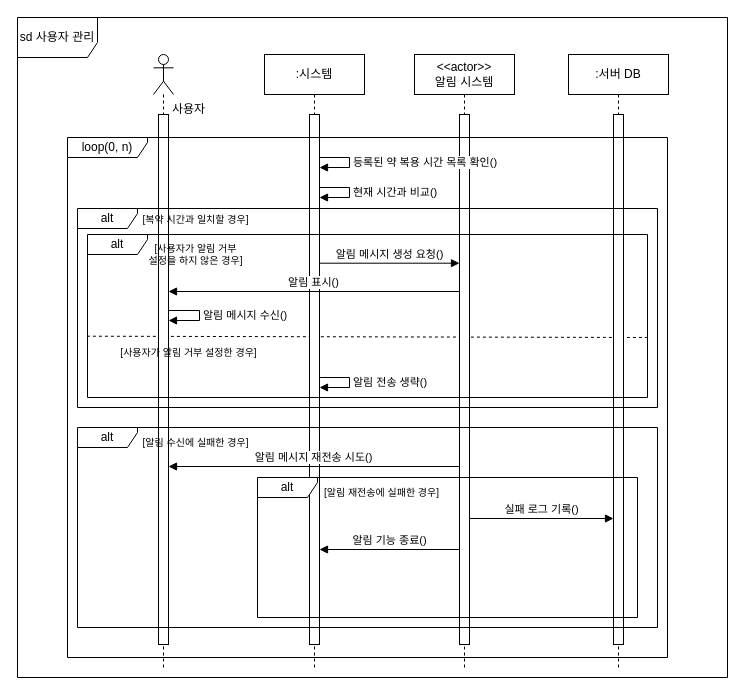
wnthsk/sejujun keeps this draw.io diagram as page "sd 약 알림" (8 of 8) of sd.drawio. Above is the earlier version. Source tidied: cells renumbered, new cells numbered last; positions are measured from the earlier drawing's top-left corner, leaving out a move shared by most shapes. Both pictures are drawn from the tidied source at 100%, with x=0, y=0 at pixel (17, 17).
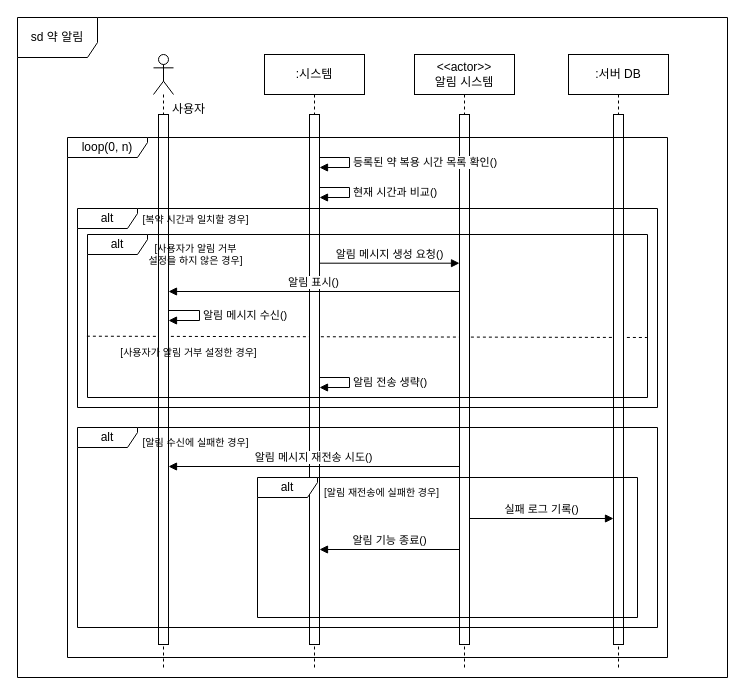
The same page after the edit.

What changed in the source:
```diff
@@
-    <mxCell id="7" value="sd 사용자 관리" style="shape=umlFrame;whiteSpace=wrap;html=1;width=80;height=40;" parent="1" vertex="1">
+    <mxCell id="7" value="sd 약 알림" style="shape=umlFrame;whiteSpace=wrap;html=1;width=80;height=40;" parent="1" vertex="1">
       <mxGeometry width="710" height="660" as="geometry" />
     </mxCell>
```
